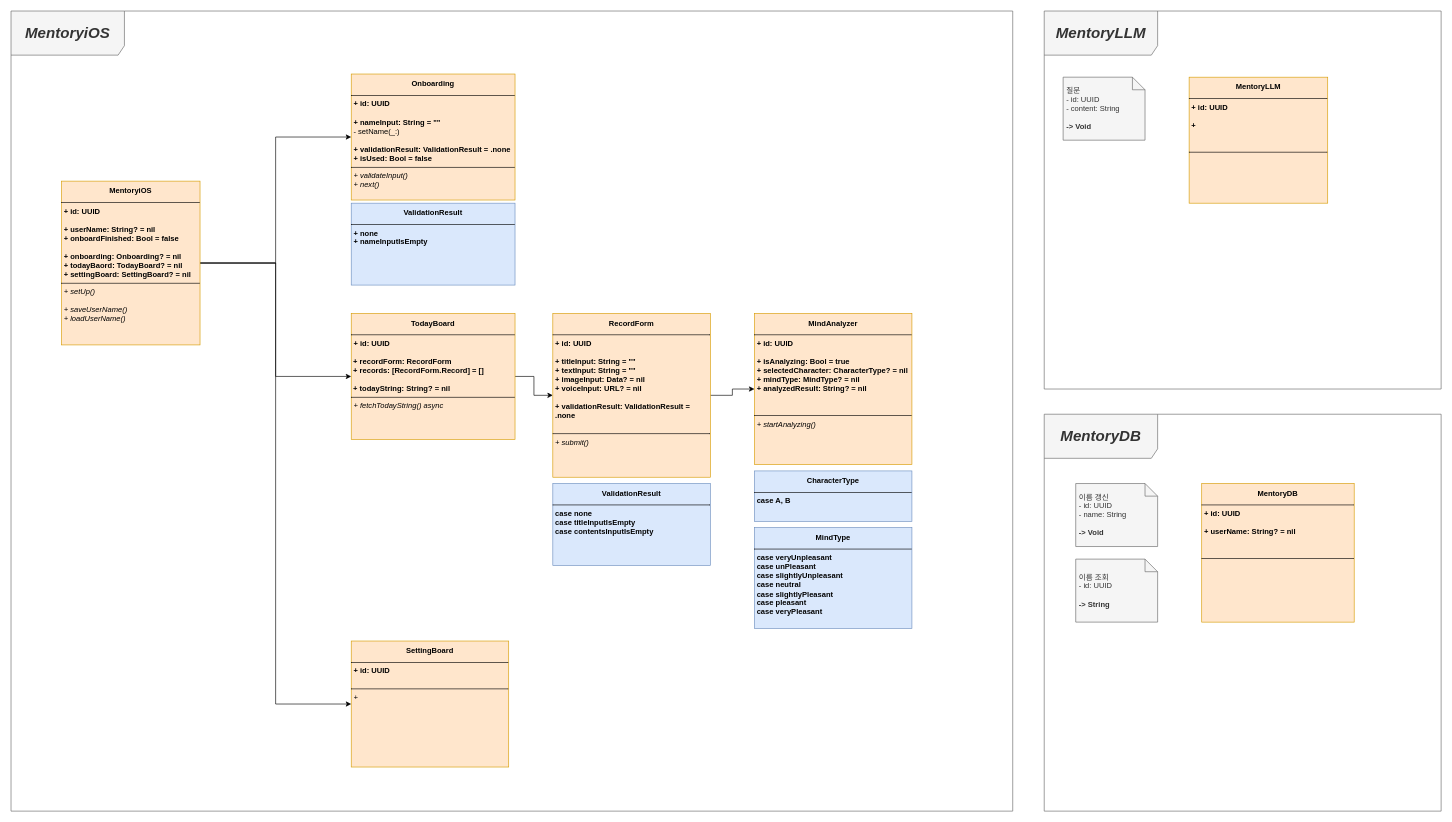
Earlier version of the draw.io diagram mentory.drawio (mandooplz/mentory). Source tidied: cells renumbered, new cells numbered last; positions are measured from the earlier drawing's top-left corner, leaving out a move shared by most shapes. Both pictures are drawn from the tidied source at 63%, with x=0, y=0 at pixel (11, 11).
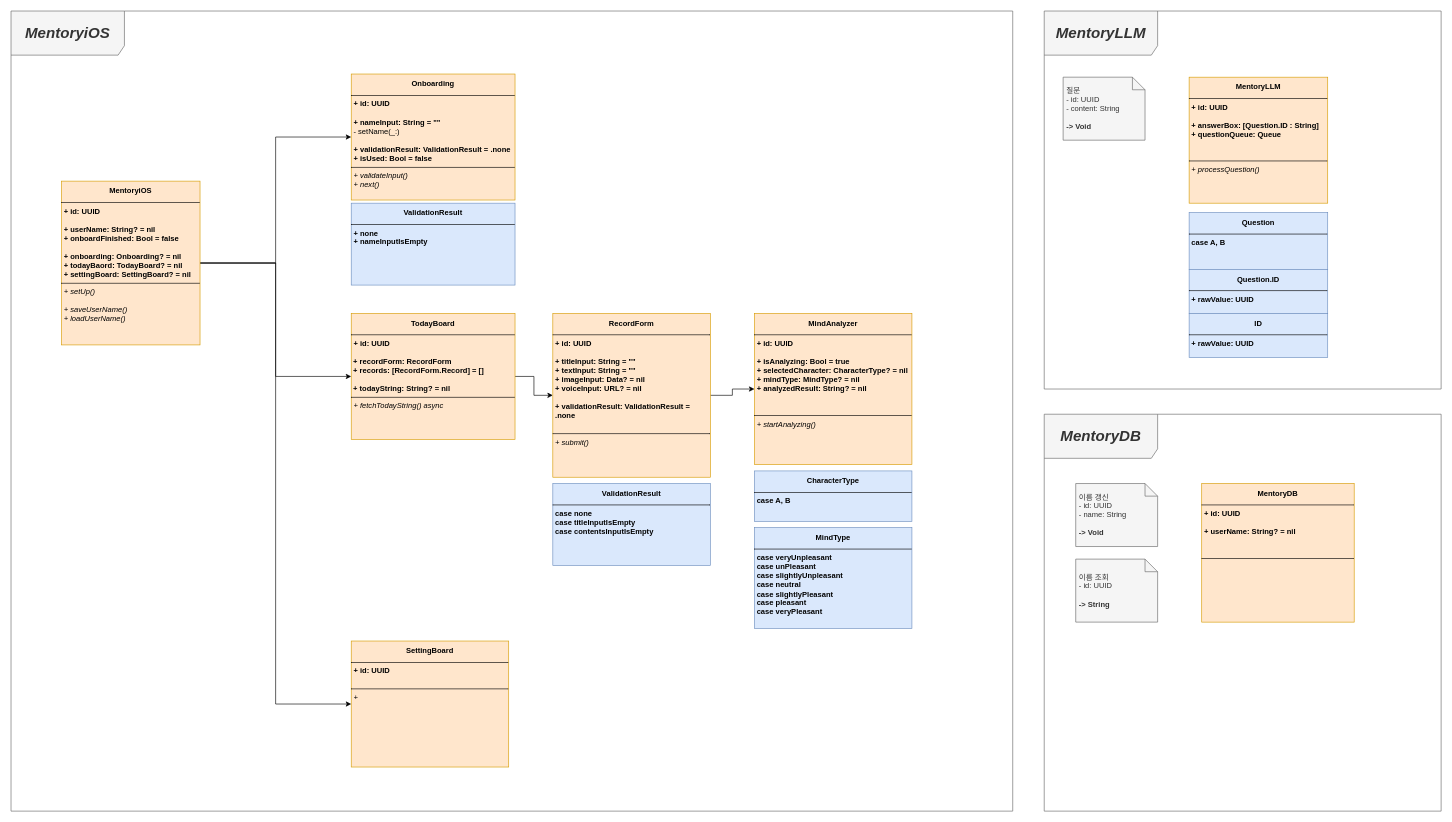
After the change.

Commit message (it also covers changes not shown here):
[CHORE] MentoryLLM -> AlanLLN 이름 수정

What changed in the source:
```diff
@@
-    <mxCell id="10" value="&lt;p style=&quot;margin: 4px 0px 0px; text-align: center; line-height: 200%;&quot;&gt;&lt;b&gt;MentoryLLM&lt;/b&gt;&lt;/p&gt;&lt;hr size=&quot;1&quot; style=&quot;border-style:solid;&quot;&gt;&lt;p style=&quot;margin:0px;margin-left:4px;&quot;&gt;&lt;b&gt;+ id: UUID&lt;/b&gt;&lt;/p&gt;&lt;p style=&quot;margin:0px;margin-left:4px;&quot;&gt;&lt;b&gt;&lt;br&gt;&lt;/b&gt;&lt;/p&gt;&lt;p style=&quot;margin:0px;margin-left:4px;&quot;&gt;&lt;b&gt;+&amp;nbsp;&lt;/b&gt;&lt;/p&gt;&lt;p style=&quot;margin:0px;margin-left:4px;&quot;&gt;&lt;b&gt;&lt;br&gt;&lt;/b&gt;&lt;/p&gt;&lt;p style=&quot;margin:0px;margin-left:4px;&quot;&gt;&lt;b&gt;&lt;br&gt;&lt;/b&gt;&lt;/p&gt;&lt;hr size=&quot;1&quot; style=&quot;border-style:solid;&quot;&gt;&lt;p style=&quot;margin:0px;margin-left:4px;&quot;&gt;&lt;br&gt;&lt;/p&gt;" style="verticalAlign=top;align=left;overflow=fill;html=1;whiteSpace=wrap;fillColor=#ffe6cc;strokeColor=#d79b00;" parent="1" vertex="1">
+    <mxCell id="10" value="&lt;p style=&quot;margin: 4px 0px 0px; text-align: center; line-height: 200%;&quot;&gt;&lt;b&gt;MentoryLLM&lt;/b&gt;&lt;/p&gt;&lt;hr size=&quot;1&quot; style=&quot;border-style:solid;&quot;&gt;&lt;p style=&quot;margin:0px;margin-left:4px;&quot;&gt;&lt;b&gt;+ id: UUID&lt;/b&gt;&lt;/p&gt;&lt;p style=&quot;margin:0px;margin-left:4px;&quot;&gt;&lt;b&gt;&lt;br&gt;&lt;/b&gt;&lt;/p&gt;&lt;p style=&quot;margin:0px;margin-left:4px;&quot;&gt;&lt;b&gt;+ answerBox: [Question.ID : String]&lt;/b&gt;&lt;/p&gt;&lt;p style=&quot;margin:0px;margin-left:4px;&quot;&gt;&lt;b&gt;+ questionQueue: Queue&lt;/b&gt;&lt;/p&gt;&lt;p style=&quot;margin:0px;margin-left:4px;&quot;&gt;&lt;b&gt;&lt;br&gt;&lt;/b&gt;&lt;/p&gt;&lt;p style=&quot;margin:0px;margin-left:4px;&quot;&gt;&lt;b&gt;&lt;br&gt;&lt;/b&gt;&lt;/p&gt;&lt;hr size=&quot;1&quot; style=&quot;border-style:solid;&quot;&gt;&lt;p style=&quot;margin:0px;margin-left:4px;&quot;&gt;&lt;i&gt;+ processQuestion()&lt;/i&gt;&lt;/p&gt;" style="verticalAlign=top;align=left;overflow=fill;html=1;whiteSpace=wrap;fillColor=#ffe6cc;strokeColor=#d79b00;" parent="1" vertex="1">
       <mxGeometry x="1870" y="105" width="220" height="200" as="geometry" />
     </mxCell>
@@
+    <mxCell id="25" value="&lt;p style=&quot;margin: 4px 0px 0px; text-align: center; line-height: 200%;&quot;&gt;&lt;b&gt;Question&lt;/b&gt;&lt;/p&gt;&lt;hr size=&quot;1&quot; style=&quot;border-style:solid;&quot;&gt;&lt;p style=&quot;margin:0px;margin-left:4px;&quot;&gt;&lt;b&gt;case A, B&lt;/b&gt;&lt;/p&gt;" style="verticalAlign=top;align=left;overflow=fill;html=1;whiteSpace=wrap;fillColor=#dae8fc;strokeColor=#6c8ebf;" parent="1" vertex="1">
+      <mxGeometry x="1870" y="320" width="220" height="90" as="geometry" />
+    </mxCell>
+    <mxCell id="26" value="&lt;p style=&quot;margin: 4px 0px 0px; text-align: center; line-height: 200%;&quot;&gt;&lt;b&gt;Question.ID&lt;/b&gt;&lt;/p&gt;&lt;hr size=&quot;1&quot; style=&quot;border-style:solid;&quot;&gt;&lt;p style=&quot;margin:0px;margin-left:4px;&quot;&gt;&lt;b&gt;+ rawValue: UUID&lt;/b&gt;&lt;/p&gt;" style="verticalAlign=top;align=left;overflow=fill;html=1;whiteSpace=wrap;fillColor=#dae8fc;strokeColor=#6c8ebf;" parent="1" vertex="1">
+      <mxGeometry x="1870" y="410" width="220" height="70" as="geometry" />
+    </mxCell>
+    <mxCell id="27" value="&lt;p style=&quot;margin: 4px 0px 0px; text-align: center; line-height: 200%;&quot;&gt;&lt;b&gt;ID&lt;/b&gt;&lt;/p&gt;&lt;hr size=&quot;1&quot; style=&quot;border-style:solid;&quot;&gt;&lt;p style=&quot;margin:0px;margin-left:4px;&quot;&gt;&lt;b&gt;+ rawValue: UUID&lt;/b&gt;&lt;/p&gt;" style="verticalAlign=top;align=left;overflow=fill;html=1;whiteSpace=wrap;fillColor=#dae8fc;strokeColor=#6c8ebf;" parent="1" vertex="1">
+      <mxGeometry x="1870" y="480" width="220" height="70" as="geometry" />
+    </mxCell>
```
